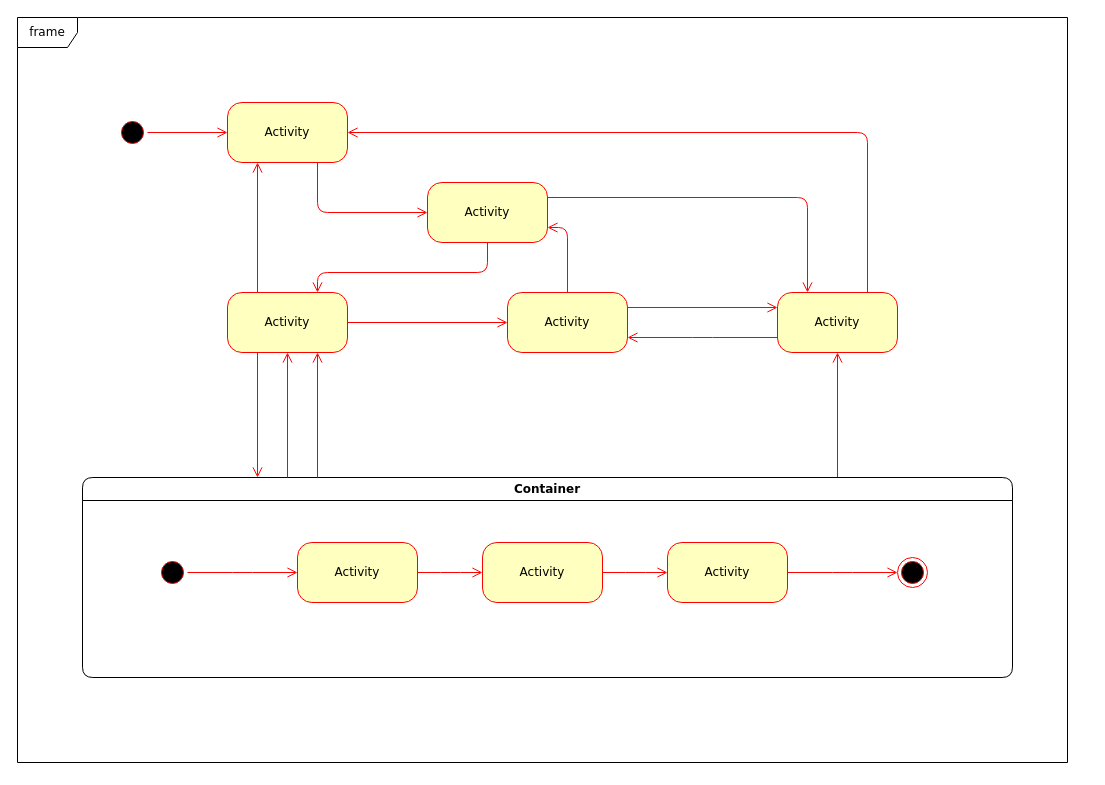
andreasnett/heislab keeps this draw.io diagram as Untitled Diagram.drawio. Above is the earlier version. Source tidied: cells renumbered, new cells numbered last; positions are measured from the earlier drawing's top-left corner, leaving out a move shared by most shapes. Both pictures are drawn from the tidied source at 100%, with x=0, y=0 at pixel (17, 17).
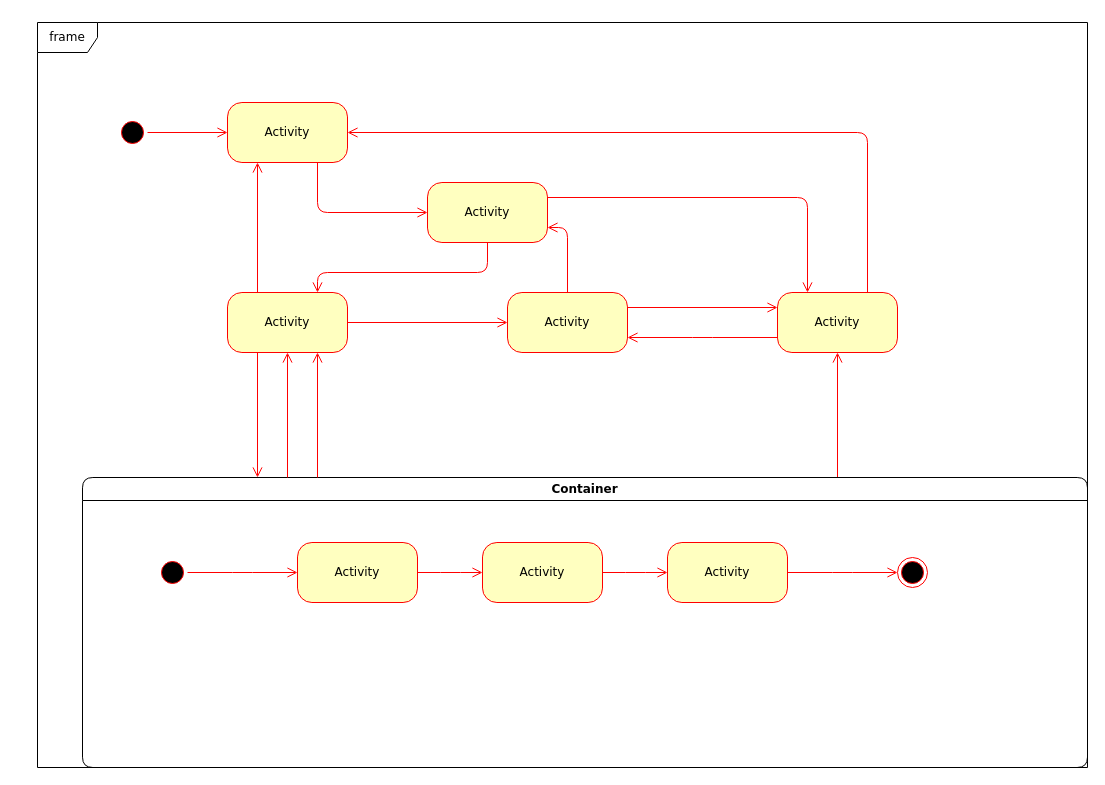
The same page after the edit.

The edit, as a diff of the source:
```diff
@@
     <mxCell id="12" value="Container" style="swimlane;whiteSpace=wrap;html=1;rounded=1;shadow=0;comic=0;labelBackgroundColor=none;strokeWidth=1;fontFamily=Verdana;fontSize=12;align=center;" parent="1" vertex="1">
-      <mxGeometry x="65" y="460" width="930" height="200" as="geometry" />
+      <mxGeometry x="65" y="460" width="1005" height="290" as="geometry" />
     </mxCell>
@@
-    <mxCell id="22" value="frame" style="shape=umlFrame;whiteSpace=wrap;html=1;rounded=1;shadow=0;comic=0;labelBackgroundColor=none;strokeWidth=1;fontFamily=Verdana;fontSize=12;align=center;" parent="1" vertex="1">
-      <mxGeometry width="1050" height="745" as="geometry" />
+    <mxCell id="22" value="frame" style="shape=umlFrame;whiteSpace=wrap;html=1;rounded=1;shadow=0;comic=0;labelBackgroundColor=none;strokeWidth=1;fontFamily=Verdana;fontSize=12;align=center;" parent="12" vertex="1">
+      <mxGeometry x="-45" y="-455" width="1050" height="745" as="geometry" />
     </mxCell>
```
